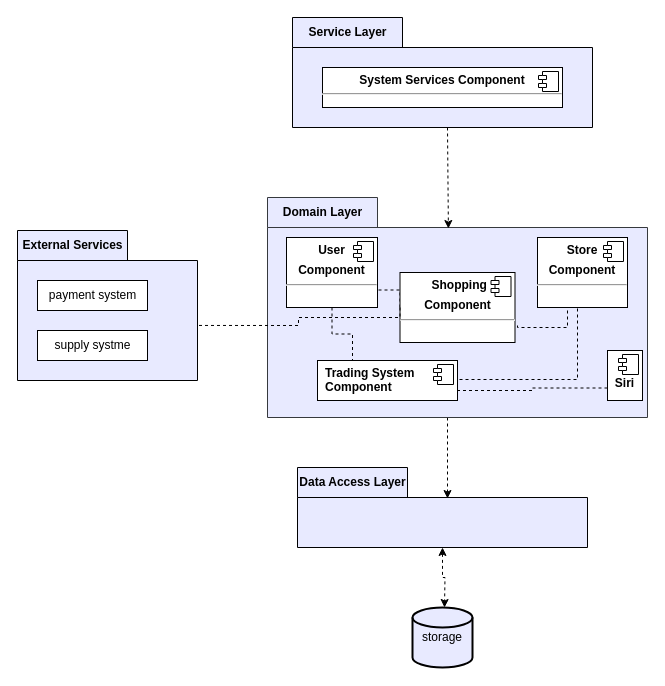
Above: version_0/Split_Parts/ArchitectureDiagram/architectureDiagrma_new.drawio in amitrub/Trading-System (draw.io), before the change. Source tidied: cells renumbered, new cells numbered last; positions are measured from the earlier drawing's top-left corner, leaving out a move shared by most shapes. Both pictures are drawn from the tidied source at 100%, with x=0, y=0 at pixel (17, 17).
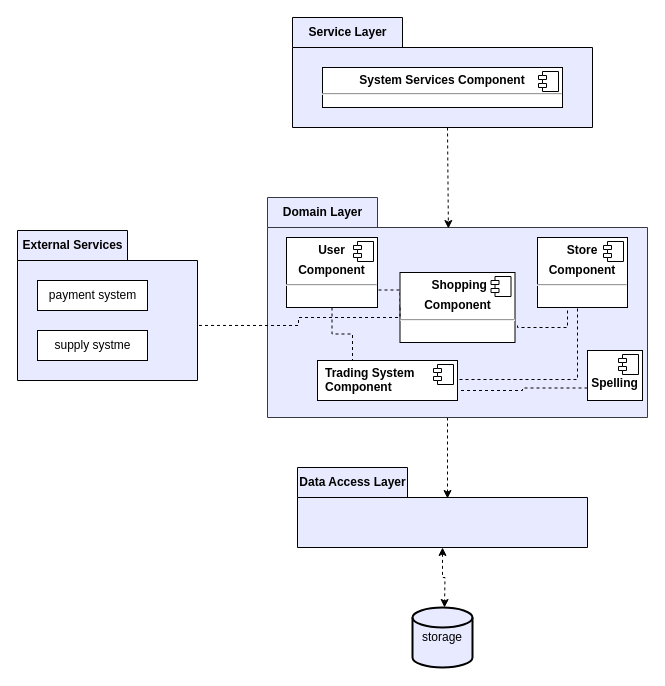
After the change.

The change refers to these unchanged cells:
```xml
<mxCell id="6" value="Domain Layer" style="shape=folder;fontStyle=1;tabWidth=110;tabHeight=30;tabPosition=left;html=1;boundedLbl=1;labelInHeader=1;strokeColor=#36393d;fillColor=#E8EAFF;" parent="1" vertex="1">
  <mxGeometry x="250" y="180" width="380" height="220" as="geometry" />
</mxCell>
```

Diff of the diagram source:
```diff
@@
-    <mxCell id="20" value="&lt;p style=&quot;margin: 0px ; margin-top: 6px ; text-align: center&quot;&gt;&lt;b&gt;&lt;br&gt;&lt;/b&gt;&lt;/p&gt;&lt;p style=&quot;margin: 0px ; margin-top: 6px ; text-align: center&quot;&gt;&lt;b&gt;Siri&lt;/b&gt;&lt;/p&gt;" style="align=left;overflow=fill;html=1;" parent="6" vertex="1">
-      <mxGeometry x="340" y="153" width="35" height="50" as="geometry" />
+    <mxCell id="20" value="&lt;p style=&quot;margin: 0px ; margin-top: 6px ; text-align: center&quot;&gt;&lt;br&gt;&lt;/p&gt;&lt;p style=&quot;margin: 0px ; margin-top: 6px ; text-align: center&quot;&gt;&lt;b&gt;Spelling&lt;/b&gt;&lt;/p&gt;" style="align=left;overflow=fill;html=1;" parent="6" vertex="1">
+      <mxGeometry x="320" y="153" width="55" height="50" as="geometry" />
     </mxCell>
```
